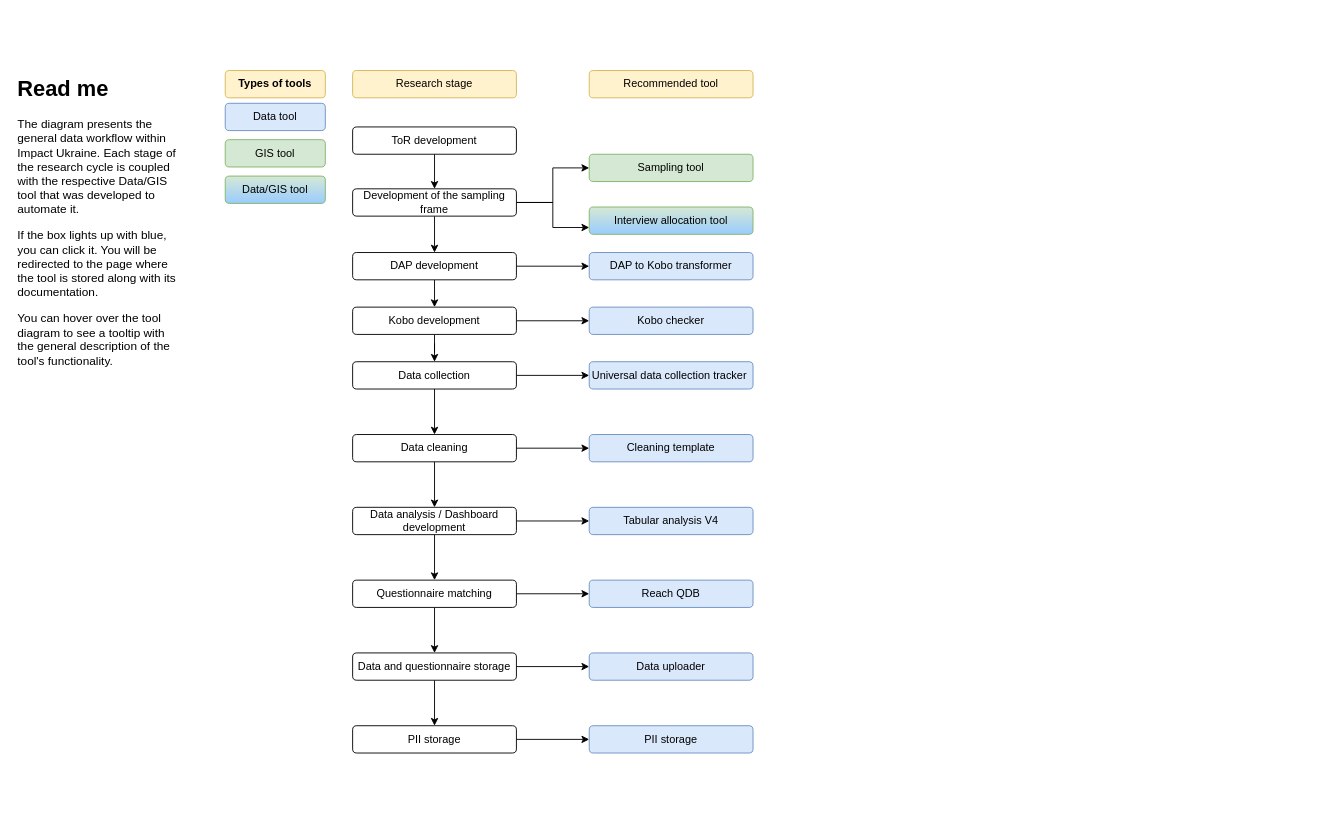
Above: Untitled Diagram.drawio in Nestor-Ch/Data_processing_pipeline (draw.io), before the change. Source tidied: cells renumbered, new cells numbered last; positions are measured from the earlier drawing's top-left corner, leaving out a move shared by most shapes. Both pictures are drawn from the tidied source at 91%, with x=0, y=0 at pixel (15, 70).
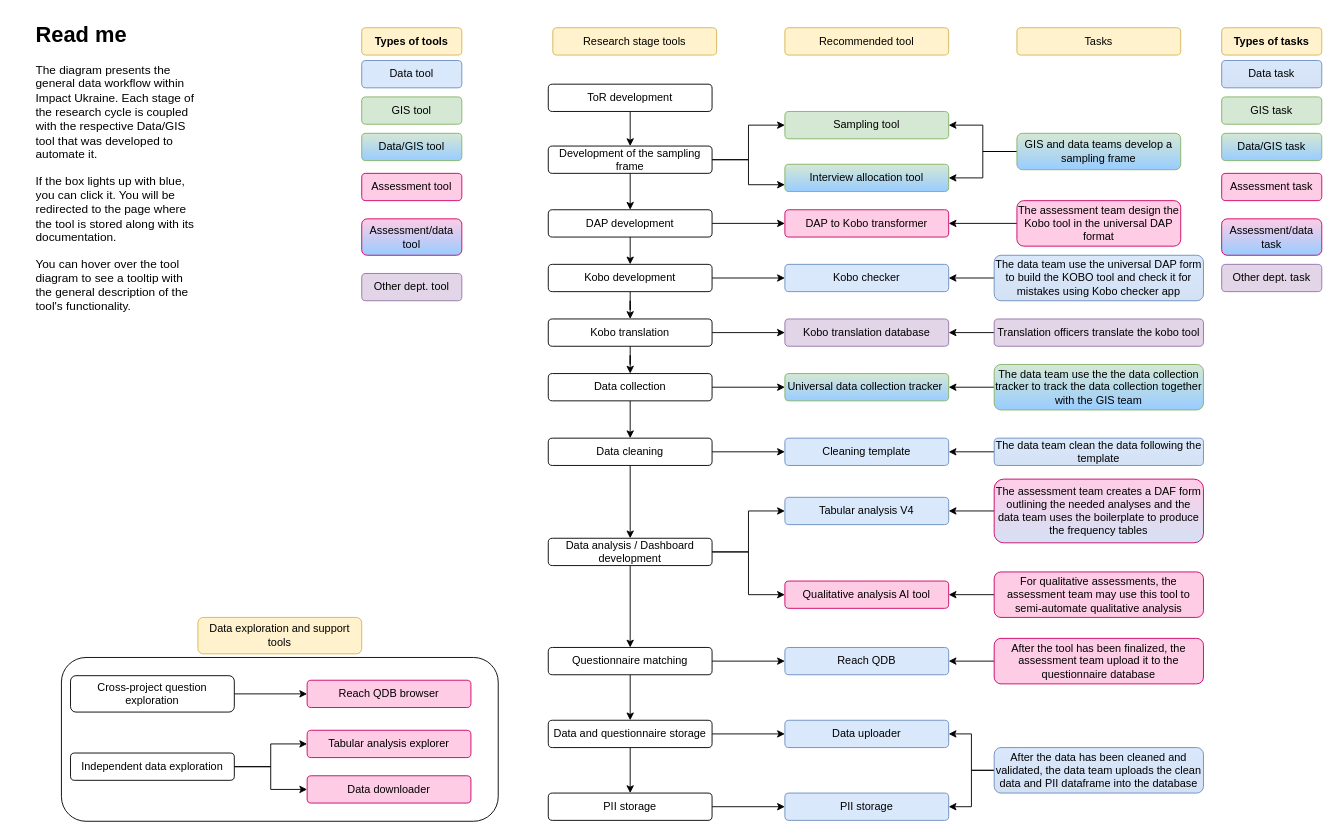
After the change.

Change to the diagram source:
```diff
@@
+    <mxCell id="48" style="rounded=1;whiteSpace=wrap;html=1;fillColor=none;" parent="1" vertex="1">
+      <mxGeometry x="50" y="645" width="480" height="180" as="geometry" />
+    </mxCell>
@@
     <mxCell id="3" value="ToR development" style="rounded=1;whiteSpace=wrap;html=1;" parent="1" vertex="1">
-      <mxGeometry x="370" y="62" width="180" height="30" as="geometry" />
+      <mxGeometry x="585" y="15" width="180" height="30" as="geometry" />
     </mxCell>
     <mxCell id="4" value="Sampling tool" style="rounded=1;whiteSpace=wrap;html=1;fillColor=#d5e8d4;strokeColor=#82b366;" parent="1" vertex="1">
-      <mxGeometry x="630" y="92" width="180" height="30" as="geometry" />
+      <mxGeometry x="845" y="45" width="180" height="30" as="geometry" />
     </mxCell>
     <mxCell id="5" value="Data/GIS tool" style="rounded=1;whiteSpace=wrap;html=1;fillColor=#d5e8d4;strokeColor=#82b366;gradientColor=#99CCFF;" parent="1" vertex="1">
-      <mxGeometry x="230" y="116" width="110" height="30" as="geometry" />
+      <mxGeometry x="380" y="69" width="110" height="30" as="geometry" />
     </mxCell>
     <mxCell id="6" value="Data tool" style="rounded=1;whiteSpace=wrap;html=1;fillColor=#dae8fc;strokeColor=#6c8ebf;" parent="1" vertex="1">
-      <mxGeometry x="230" y="36" width="110" height="30" as="geometry" />
+      <mxGeometry x="380" y="-11" width="110" height="30" as="geometry" />
     </mxCell>
     <mxCell id="7" value="GIS tool" style="rounded=1;whiteSpace=wrap;html=1;fillColor=#d5e8d4;strokeColor=#82b366;" parent="1" vertex="1">
-      <mxGeometry x="230" y="76" width="110" height="30" as="geometry" />
+      <mxGeometry x="380" y="29" width="110" height="30" as="geometry" />
     </mxCell>
     <mxCell id="8" value="Interview allocation tool" style="rounded=1;whiteSpace=wrap;html=1;fillColor=#d5e8d4;strokeColor=#82b366;gradientColor=#99CCFF;" parent="1" vertex="1">
-      <mxGeometry x="630" y="150" width="180" height="30" as="geometry" />
+      <mxGeometry x="845" y="103" width="180" height="30" as="geometry" />
     </mxCell>
@@
     <mxCell id="11" value="DAP development" style="rounded=1;whiteSpace=wrap;html=1;" parent="1" vertex="1">
-      <mxGeometry x="370" y="200" width="180" height="30" as="geometry" />
+      <mxGeometry x="585" y="153" width="180" height="30" as="geometry" />
     </mxCell>
-    <mxCell id="12" style="edgeStyle=orthogonalEdgeStyle;rounded=0;jettySize=auto;html=1;" parent="1" edge="1" source="14" target="18">
-      <mxGeometry relative="1" as="geometry" />
-    </mxCell>
@@
+    <mxCell id="49" style="edgeStyle=orthogonalEdgeStyle;rounded=0;jettySize=auto;html=1;" parent="1" edge="1" source="14" target="92">
+      <mxGeometry relative="1" as="geometry" />
+    </mxCell>
     <mxCell id="14" value="Kobo development" style="rounded=1;whiteSpace=wrap;html=1;" parent="1" vertex="1">
-      <mxGeometry x="370" y="260" width="180" height="30" as="geometry" />
+      <mxGeometry x="585" y="213" width="180" height="30" as="geometry" />
     </mxCell>
-    <mxCell id="15" value="DAP to Kobo transformer" style="rounded=1;whiteSpace=wrap;html=1;fillColor=#dae8fc;strokeColor=#6c8ebf;" parent="1" vertex="1">
-      <mxGeometry x="630" y="200" width="180" height="30" as="geometry" />
+    <mxCell id="15" value="DAP to Kobo transformer" style="rounded=1;whiteSpace=wrap;html=1;fillColor=#FFCCE6;strokeColor=#CC0066;" parent="1" vertex="1">
+      <mxGeometry x="845" y="153" width="180" height="30" as="geometry" />
     </mxCell>
@@
     <mxCell id="18" value="Data collection" style="rounded=1;whiteSpace=wrap;html=1;" parent="1" vertex="1">
-      <mxGeometry x="370" y="320" width="180" height="30" as="geometry" />
+      <mxGeometry x="585" y="333" width="180" height="30" as="geometry" />
     </mxCell>
     <mxCell id="19" value="Kobo checker" style="rounded=1;whiteSpace=wrap;html=1;fillColor=#dae8fc;strokeColor=#6c8ebf;" parent="1" vertex="1">
-      <mxGeometry x="630" y="260" width="180" height="30" as="geometry" />
+      <mxGeometry x="845" y="213" width="180" height="30" as="geometry" />
     </mxCell>
@@
     <mxCell id="22" value="Data cleaning" style="rounded=1;whiteSpace=wrap;html=1;" parent="1" vertex="1">
-      <mxGeometry x="370" y="400" width="180" height="30" as="geometry" />
+      <mxGeometry x="585" y="404" width="180" height="30" as="geometry" />
     </mxCell>
     <mxCell id="23" value="Cleaning template" style="rounded=1;whiteSpace=wrap;html=1;fillColor=#dae8fc;strokeColor=#6c8ebf;" parent="1" vertex="1">
-      <mxGeometry x="630" y="400" width="180" height="30" as="geometry" />
+      <mxGeometry x="845" y="404" width="180" height="30" as="geometry" />
     </mxCell>
+    <mxCell id="25" style="edgeStyle=orthogonalEdgeStyle;rounded=0;jettySize=auto;html=1;" parent="1" edge="1" source="26" target="37">
+      <mxGeometry relative="1" as="geometry" />
+    </mxCell>
+    <mxCell id="50" style="edgeStyle=orthogonalEdgeStyle;rounded=0;jettySize=auto;html=1;entryX=0;entryY=0.5;entryDx=0;entryDy=0;" parent="1" edge="1" source="26" target="87">
+      <mxGeometry relative="1" as="geometry" />
+    </mxCell>
-    <mxCell id="24" style="edgeStyle=orthogonalEdgeStyle;rounded=0;jettySize=auto;html=1;" parent="1" edge="1" source="26" target="34">
+    <mxCell id="24" style="edgeStyle=orthogonalEdgeStyle;rounded=0;jettySize=auto;html=1;entryX=0;entryY=0.5;entryDx=0;entryDy=0;" parent="1" edge="1" source="26" target="34">
       <mxGeometry relative="1" as="geometry" />
     </mxCell>
-    <mxCell id="25" style="edgeStyle=orthogonalEdgeStyle;rounded=0;jettySize=auto;html=1;" parent="1" edge="1" source="26" target="37">
-      <mxGeometry relative="1" as="geometry" />
-    </mxCell>
     <mxCell id="26" value="Data analysis / Dashboard development" style="rounded=1;whiteSpace=wrap;html=1;" parent="1" vertex="1">
-      <mxGeometry x="370" y="480" width="180" height="30" as="geometry" />
+      <mxGeometry x="585" y="514" width="180" height="30" as="geometry" />
     </mxCell>
-    <mxCell id="27" value="Research stage" style="rounded=1;whiteSpace=wrap;html=1;fillColor=#fff2cc;strokeColor=#d6b656;" parent="1" vertex="1">
-      <mxGeometry x="370" width="180" height="30" as="geometry" />
+    <mxCell id="27" value="Research stage tools" style="rounded=1;whiteSpace=wrap;html=1;fillColor=#fff2cc;strokeColor=#d6b656;" parent="1" vertex="1">
+      <mxGeometry x="590" y="-47" width="180" height="30" as="geometry" />
     </mxCell>
     <mxCell id="28" value="Recommended tool" style="rounded=1;whiteSpace=wrap;html=1;fillColor=#fff2cc;strokeColor=#d6b656;" parent="1" vertex="1">
-      <mxGeometry x="630" width="180" height="30" as="geometry" />
+      <mxGeometry x="845" y="-47" width="180" height="30" as="geometry" />
     </mxCell>
@@
     <mxCell id="32" value="Development of the sampling frame" style="rounded=1;whiteSpace=wrap;html=1;" parent="1" vertex="1">
-      <mxGeometry x="370" y="130" width="180" height="30" as="geometry" />
+      <mxGeometry x="585" y="83" width="180" height="30" as="geometry" />
     </mxCell>
-    <mxCell id="33" value="Universal data collection tracker&amp;nbsp;" style="rounded=1;whiteSpace=wrap;html=1;fillColor=#dae8fc;strokeColor=#6c8ebf;" parent="1" vertex="1">
-      <mxGeometry x="630" y="320" width="180" height="30" as="geometry" />
+    <mxCell id="33" value="Universal data collection tracker&amp;nbsp;" style="rounded=1;whiteSpace=wrap;html=1;fillColor=#d5e8d4;strokeColor=#82b366;gradientColor=#99CCFF;" parent="1" vertex="1">
+      <mxGeometry x="845" y="333" width="180" height="30" as="geometry" />
     </mxCell>
     <mxCell id="34" value="Tabular analysis V4" style="rounded=1;whiteSpace=wrap;html=1;fillColor=#dae8fc;strokeColor=#6c8ebf;" parent="1" vertex="1">
-      <mxGeometry x="630" y="480" width="180" height="30" as="geometry" />
+      <mxGeometry x="845" y="469" width="180" height="30" as="geometry" />
     </mxCell>
@@
     <mxCell id="37" value="Questionnaire matching" style="rounded=1;whiteSpace=wrap;html=1;" parent="1" vertex="1">
-      <mxGeometry x="370" y="560" width="180" height="30" as="geometry" />
+      <mxGeometry x="585" y="634" width="180" height="30" as="geometry" />
     </mxCell>
     <mxCell id="38" value="Reach QDB" style="rounded=1;whiteSpace=wrap;html=1;fillColor=#dae8fc;strokeColor=#6c8ebf;" parent="1" vertex="1">
-      <mxGeometry x="630" y="560" width="180" height="30" as="geometry" />
+      <mxGeometry x="845" y="634" width="180" height="30" as="geometry" />
     </mxCell>
@@
     <mxCell id="41" value="Data and questionnaire storage" style="rounded=1;whiteSpace=wrap;html=1;" parent="1" vertex="1">
-      <mxGeometry x="370" y="640" width="180" height="30" as="geometry" />
+      <mxGeometry x="585" y="714" width="180" height="30" as="geometry" />
     </mxCell>
     <mxCell id="42" value="Data uploader" style="rounded=1;whiteSpace=wrap;html=1;fillColor=#dae8fc;strokeColor=#6c8ebf;" parent="1" vertex="1">
-      <mxGeometry x="630" y="640" width="180" height="30" as="geometry" />
+      <mxGeometry x="845" y="714" width="180" height="30" as="geometry" />
     </mxCell>
@@
     <mxCell id="44" value="PII storage" style="rounded=1;whiteSpace=wrap;html=1;" parent="1" vertex="1">
-      <mxGeometry x="370" y="720" width="180" height="30" as="geometry" />
+      <mxGeometry x="585" y="794" width="180" height="30" as="geometry" />
     </mxCell>
     <mxCell id="45" value="PII storage" style="rounded=1;whiteSpace=wrap;html=1;fillColor=#dae8fc;strokeColor=#6c8ebf;" parent="1" vertex="1">
-      <mxGeometry x="630" y="720" width="180" height="30" as="geometry" />
+      <mxGeometry x="845" y="794" width="180" height="30" as="geometry" />
     </mxCell>
     <mxCell id="46" value="&lt;b&gt;Types of tools&lt;/b&gt;" style="text;html=1;align=center;verticalAlign=middle;whiteSpace=wrap;rounded=1;strokeColor=#d6b656;fillColor=#fff2cc;" parent="1" vertex="1">
-      <mxGeometry x="230" width="110" height="30" as="geometry" />
+      <mxGeometry x="380" y="-47" width="110" height="30" as="geometry" />
     </mxCell>
     <mxCell id="47" value="&lt;h1 style=&quot;margin-top: 0px;&quot;&gt;Read me&lt;/h1&gt;&lt;p style=&quot;font-size: 13px;&quot;&gt;&lt;font style=&quot;font-size: 13px;&quot;&gt;The diagram presents the general data workflow within Impact Ukraine. Each stage of the research cycle is coupled with the respective Data/GIS tool that was developed to automate it.&amp;nbsp;&lt;/font&gt;&lt;/p&gt;&lt;p style=&quot;font-size: 13px;&quot;&gt;&lt;font style=&quot;font-size: 13px;&quot;&gt;If the box lights up with blue, you can click it. You will be redirected to the page where the tool is stored along with its documentation.&lt;/font&gt;&lt;/p&gt;&lt;p style=&quot;font-size: 13px;&quot;&gt;&lt;font style=&quot;font-size: 13px;&quot;&gt;You can hover over the tool diagram to see a tooltip with the general description of the tool's functionality.&lt;/font&gt;&lt;/p&gt;" style="text;html=1;whiteSpace=wrap;overflow=hidden;rounded=0;" parent="1" vertex="1">
-      <mxGeometry width="180" height="340" as="geometry" />
+      <mxGeometry x="20" y="-60" width="180" height="340" as="geometry" />
     </mxCell>
+    <mxCell id="51" value="Tasks" style="rounded=1;whiteSpace=wrap;html=1;fillColor=#fff2cc;strokeColor=#d6b656;" parent="1" vertex="1">
+      <mxGeometry x="1100" y="-47" width="180" height="30" as="geometry" />
+    </mxCell>
+    <mxCell id="52" value="Assessment tool" style="rounded=1;whiteSpace=wrap;html=1;fillColor=#FFCCE6;strokeColor=#CC0066;" parent="1" vertex="1">
+      <mxGeometry x="380" y="113" width="110" height="30" as="geometry" />
+    </mxCell>
+    <mxCell id="53" style="edgeStyle=orthogonalEdgeStyle;rounded=0;jettySize=auto;html=1;entryX=1;entryY=0.5;entryDx=0;entryDy=0;" parent="1" edge="1" source="55" target="4">
+      <mxGeometry relative="1" as="geometry" />
+    </mxCell>
+    <mxCell id="54" style="edgeStyle=orthogonalEdgeStyle;rounded=0;jettySize=auto;html=1;entryX=1;entryY=0.5;entryDx=0;entryDy=0;" parent="1" edge="1" source="55" target="8">
+      <mxGeometry relative="1" as="geometry" />
+    </mxCell>
+    <mxCell id="55" value="GIS and data teams develop a sampling frame" style="rounded=1;whiteSpace=wrap;html=1;fillColor=#d5e8d4;strokeColor=#82b366;gradientColor=#99CCFF;" parent="1" vertex="1">
+      <mxGeometry x="1100" y="69" width="180" height="40" as="geometry" />
+    </mxCell>
+    <mxCell id="56" value="Data/GIS task" style="rounded=1;whiteSpace=wrap;html=1;fillColor=#d5e8d4;strokeColor=#82b366;gradientColor=#99CCFF;" parent="1" vertex="1">
+      <mxGeometry x="1325" y="69" width="110" height="30" as="geometry" />
+    </mxCell>
+    <mxCell id="57" value="Data task" style="rounded=1;whiteSpace=wrap;html=1;fillColor=#dae8fc;strokeColor=#6c8ebf;gradientColor=#D4E1F5;" parent="1" vertex="1">
+      <mxGeometry x="1325" y="-11" width="110" height="30" as="geometry" />
+    </mxCell>
+    <mxCell id="58" value="GIS task" style="rounded=1;whiteSpace=wrap;html=1;fillColor=#d5e8d4;strokeColor=#82b366;" parent="1" vertex="1">
+      <mxGeometry x="1325" y="29" width="110" height="30" as="geometry" />
+    </mxCell>
+    <mxCell id="59" value="&lt;b&gt;Types of tasks&lt;/b&gt;" style="text;html=1;align=center;verticalAlign=middle;whiteSpace=wrap;rounded=1;strokeColor=#d6b656;fillColor=#fff2cc;" parent="1" vertex="1">
+      <mxGeometry x="1325" y="-47" width="110" height="30" as="geometry" />
+    </mxCell>
+    <mxCell id="60" value="Assessment task" style="rounded=1;whiteSpace=wrap;html=1;fillColor=#FFCCE6;strokeColor=#CC0066;" parent="1" vertex="1">
+      <mxGeometry x="1325" y="113" width="110" height="30" as="geometry" />
+    </mxCell>
+    <mxCell id="61" style="edgeStyle=orthogonalEdgeStyle;rounded=0;jettySize=auto;html=1;entryX=1;entryY=0.5;entryDx=0;entryDy=0;" parent="1" edge="1" source="62" target="15">
+      <mxGeometry relative="1" as="geometry" />
+    </mxCell>
+    <mxCell id="62" value="The assessment team design the Kobo tool in the universal DAP format" style="rounded=1;whiteSpace=wrap;html=1;fillColor=#FFCCE6;strokeColor=#CC0066;" parent="1" vertex="1">
+      <mxGeometry x="1100" y="143" width="180" height="50" as="geometry" />
+    </mxCell>
+    <mxCell id="63" style="edgeStyle=orthogonalEdgeStyle;rounded=0;jettySize=auto;html=1;entryX=1;entryY=0.5;entryDx=0;entryDy=0;" parent="1" edge="1" source="64" target="19">
+      <mxGeometry relative="1" as="geometry" />
+    </mxCell>
+    <mxCell id="64" value="The data team use the universal DAP form to build the KOBO tool and check it for mistakes using Kobo checker app" style="rounded=1;whiteSpace=wrap;html=1;fillColor=#dae8fc;strokeColor=#6c8ebf;gradientColor=#D4E1F5;" parent="1" vertex="1">
+      <mxGeometry x="1075" y="203" width="230" height="50" as="geometry" />
+    </mxCell>
+    <mxCell id="65" style="edgeStyle=orthogonalEdgeStyle;rounded=0;jettySize=auto;html=1;entryX=1;entryY=0.5;entryDx=0;entryDy=0;" parent="1" edge="1" source="66" target="33">
+      <mxGeometry relative="1" as="geometry" />
+    </mxCell>
+    <mxCell id="66" value="The data team use the the data collection tracker to track the data collection together with the GIS team" style="rounded=1;whiteSpace=wrap;html=1;fillColor=#d5e8d4;strokeColor=#82b366;gradientColor=#99CCFF;" parent="1" vertex="1">
+      <mxGeometry x="1075" y="323" width="230" height="50" as="geometry" />
+    </mxCell>
+    <mxCell id="67" style="edgeStyle=orthogonalEdgeStyle;rounded=0;jettySize=auto;html=1;entryX=1;entryY=0.5;entryDx=0;entryDy=0;" parent="1" edge="1" source="68" target="23">
+      <mxGeometry relative="1" as="geometry" />
+    </mxCell>
+    <mxCell id="68" value="The data team clean the data following the template" style="rounded=1;whiteSpace=wrap;html=1;fillColor=#dae8fc;strokeColor=#6c8ebf;gradientColor=#D4E1F5;" parent="1" vertex="1">
+      <mxGeometry x="1075" y="404" width="230" height="30" as="geometry" />
+    </mxCell>
+    <mxCell id="69" style="edgeStyle=orthogonalEdgeStyle;rounded=0;jettySize=auto;html=1;entryX=1;entryY=0.5;entryDx=0;entryDy=0;" parent="1" edge="1" source="70" target="34">
+      <mxGeometry relative="1" as="geometry" />
+    </mxCell>
+    <mxCell id="70" value="The assessment team creates a DAF form outlining the needed analyses and the data team uses the boilerplate to produce the frequency tables" style="rounded=1;whiteSpace=wrap;html=1;fillColor=#FFCCE6;strokeColor=#CC0066;gradientColor=#D4E1F5;" parent="1" vertex="1">
+      <mxGeometry x="1075" y="449" width="230" height="70" as="geometry" />
+    </mxCell>
+    <mxCell id="71" style="edgeStyle=orthogonalEdgeStyle;rounded=0;jettySize=auto;html=1;entryX=1;entryY=0.5;entryDx=0;entryDy=0;" parent="1" edge="1" source="72" target="38">
+      <mxGeometry relative="1" as="geometry" />
+    </mxCell>
+    <mxCell id="72" value="After the tool has been finalized, the assessment team upload it to the questionnaire database" style="rounded=1;whiteSpace=wrap;html=1;fillColor=#FFCCE6;strokeColor=#CC0066;" parent="1" vertex="1">
+      <mxGeometry x="1075" y="624" width="230" height="50" as="geometry" />
+    </mxCell>
+    <mxCell id="73" style="edgeStyle=orthogonalEdgeStyle;rounded=0;jettySize=auto;html=1;entryX=1;entryY=0.5;entryDx=0;entryDy=0;" parent="1" edge="1" source="75" target="42">
+      <mxGeometry relative="1" as="geometry" />
+    </mxCell>
+    <mxCell id="74" style="edgeStyle=orthogonalEdgeStyle;rounded=0;jettySize=auto;html=1;entryX=1;entryY=0.5;entryDx=0;entryDy=0;" parent="1" edge="1" source="75" target="45">
+      <mxGeometry relative="1" as="geometry" />
+    </mxCell>
+    <mxCell id="75" value="After the data has been cleaned and validated, the data team uploads the clean data and PII dataframe into the database" style="rounded=1;whiteSpace=wrap;html=1;fillColor=#dae8fc;strokeColor=#6c8ebf;gradientColor=#D4E1F5;" parent="1" vertex="1">
+      <mxGeometry x="1075" y="744" width="230" height="50" as="geometry" />
+    </mxCell>
+    <mxCell id="76" value="Other dept. tool" style="rounded=1;whiteSpace=wrap;html=1;fillColor=#e1d5e7;strokeColor=#9673a6;" parent="1" vertex="1">
+      <mxGeometry x="380" y="223" width="110" height="30" as="geometry" />
+    </mxCell>
+    <mxCell id="77" value="Other dept. task" style="rounded=1;whiteSpace=wrap;html=1;fillColor=#e1d5e7;strokeColor=#9673a6;" parent="1" vertex="1">
+      <mxGeometry x="1325" y="213" width="110" height="30" as="geometry" />
+    </mxCell>
+    <mxCell id="78" value="Data exploration and support tools" style="rounded=1;whiteSpace=wrap;html=1;fillColor=#fff2cc;strokeColor=#d6b656;" parent="1" vertex="1">
+      <mxGeometry x="200" y="601" width="180" height="40" as="geometry" />
+    </mxCell>
+    <mxCell id="79" value="Tabular analysis explorer" style="rounded=1;whiteSpace=wrap;html=1;fillColor=#FFCCE6;strokeColor=#CC0066;" parent="1" vertex="1">
+      <mxGeometry x="320" y="725" width="180" height="30" as="geometry" />
+    </mxCell>
+    <mxCell id="80" style="edgeStyle=orthogonalEdgeStyle;rounded=0;jettySize=auto;html=1;entryX=0;entryY=0.5;entryDx=0;entryDy=0;" parent="1" edge="1" source="82" target="79">
+      <mxGeometry relative="1" as="geometry" />
+    </mxCell>
+    <mxCell id="81" style="edgeStyle=orthogonalEdgeStyle;rounded=0;jettySize=auto;html=1;entryX=0;entryY=0.5;entryDx=0;entryDy=0;" parent="1" edge="1" source="82" target="86">
+      <mxGeometry relative="1" as="geometry" />
+    </mxCell>
+    <mxCell id="82" value="Independent data exploration" style="rounded=1;whiteSpace=wrap;html=1;" parent="1" vertex="1">
+      <mxGeometry x="60" y="750" width="180" height="30" as="geometry" />
+    </mxCell>
+    <mxCell id="83" style="edgeStyle=orthogonalEdgeStyle;rounded=0;jettySize=auto;html=1;entryX=0;entryY=0.5;entryDx=0;entryDy=0;" parent="1" edge="1" source="84" target="85">
+      <mxGeometry relative="1" as="geometry" />
+    </mxCell>
+    <mxCell id="84" value="Cross-project question exploration" style="rounded=1;whiteSpace=wrap;html=1;" parent="1" vertex="1">
+      <mxGeometry x="60" y="665" width="180" height="40" as="geometry" />
+    </mxCell>
+    <mxCell id="85" value="Reach QDB browser" style="rounded=1;whiteSpace=wrap;html=1;fillColor=#FFCCE6;strokeColor=#CC0066;" parent="1" vertex="1">
+      <mxGeometry x="320" y="670" width="180" height="30" as="geometry" />
+    </mxCell>
+    <mxCell id="86" value="Data downloader" style="rounded=1;whiteSpace=wrap;html=1;fillColor=#FFCCE6;strokeColor=#CC0066;" parent="1" vertex="1">
+      <mxGeometry x="320" y="775" width="180" height="30" as="geometry" />
+    </mxCell>
+    <mxCell id="87" value="Qualitative analysis AI tool" style="rounded=1;whiteSpace=wrap;html=1;fillColor=#FFCCE6;strokeColor=#CC0066;" parent="1" vertex="1">
+      <mxGeometry x="845" y="561" width="180" height="30" as="geometry" />
+    </mxCell>
+    <mxCell id="88" style="edgeStyle=orthogonalEdgeStyle;rounded=0;jettySize=auto;html=1;entryX=1;entryY=0.5;entryDx=0;entryDy=0;" parent="1" edge="1" source="89" target="87">
+      <mxGeometry relative="1" as="geometry" />
+    </mxCell>
+    <mxCell id="89" value="For qualitative assessments, the assessment team may use this tool to semi-automate qualitative analysis" style="rounded=1;whiteSpace=wrap;html=1;fillColor=#FFCCE6;strokeColor=#CC0066;" parent="1" vertex="1">
+      <mxGeometry x="1075" y="551" width="230" height="50" as="geometry" />
+    </mxCell>
+    <mxCell id="90" style="edgeStyle=orthogonalEdgeStyle;rounded=0;jettySize=auto;html=1;entryX=0;entryY=0.5;entryDx=0;entryDy=0;" parent="1" edge="1" source="92" target="93">
+      <mxGeometry relative="1" as="geometry" />
+    </mxCell>
+    <mxCell id="91" style="edgeStyle=orthogonalEdgeStyle;rounded=0;jettySize=auto;html=1;entryX=0.5;entryY=0;entryDx=0;entryDy=0;" parent="1" edge="1" source="92" target="18">
+      <mxGeometry relative="1" as="geometry" />
+    </mxCell>
+    <mxCell id="92" value="Kobo translation" style="rounded=1;whiteSpace=wrap;html=1;" parent="1" vertex="1">
+      <mxGeometry x="585" y="273" width="180" height="30" as="geometry" />
+    </mxCell>
+    <mxCell id="93" value="Kobo translation database" style="rounded=1;whiteSpace=wrap;html=1;fillColor=#e1d5e7;strokeColor=#9673a6;" parent="1" vertex="1">
+      <mxGeometry x="845" y="273" width="180" height="30" as="geometry" />
+    </mxCell>
+    <mxCell id="94" style="edgeStyle=orthogonalEdgeStyle;rounded=0;jettySize=auto;html=1;entryX=1;entryY=0.5;entryDx=0;entryDy=0;" parent="1" edge="1" source="95" target="93">
+      <mxGeometry relative="1" as="geometry" />
+    </mxCell>
+    <mxCell id="95" value="Translation officers translate the kobo tool" style="rounded=1;whiteSpace=wrap;html=1;fillColor=#e1d5e7;strokeColor=#9673a6;" parent="1" vertex="1">
+      <mxGeometry x="1075" y="273" width="230" height="30" as="geometry" />
+    </mxCell>
+    <mxCell id="96" value="Assessment/data task" style="rounded=1;whiteSpace=wrap;html=1;fillColor=#FFCCE6;strokeColor=#CC0066;gradientColor=#99CCFF;" parent="1" vertex="1">
+      <mxGeometry x="1325" y="163" width="110" height="40" as="geometry" />
+    </mxCell>
+    <mxCell id="97" value="Assessment/data tool" style="rounded=1;whiteSpace=wrap;html=1;fillColor=#FFCCE6;strokeColor=#CC0066;gradientColor=#99CCFF;" parent="1" vertex="1">
+      <mxGeometry x="380" y="163" width="110" height="40" as="geometry" />
+    </mxCell>
```
